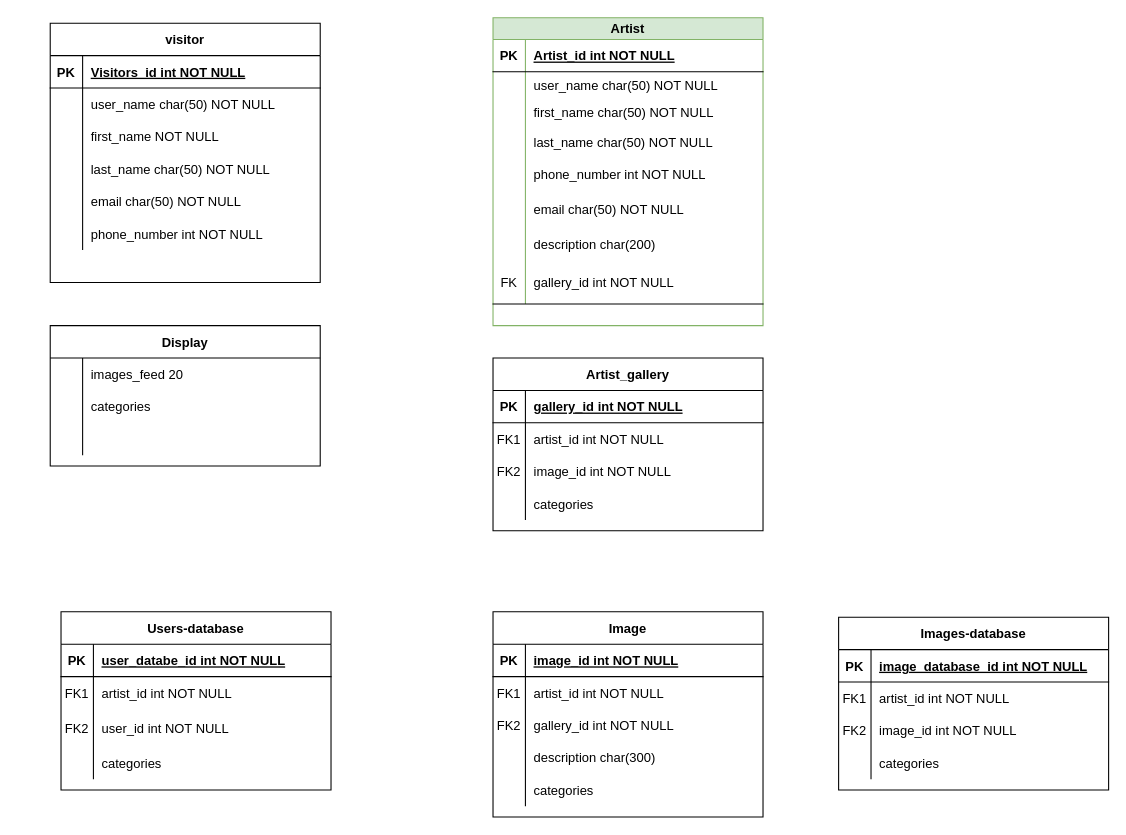
The draw.io diagram Untitled Diagram.drawio in VirtualGallery/Entity-Relationship-Model, before the edit. Source tidied: cells renumbered, new cells numbered last; positions are measured from the earlier drawing's top-left corner, leaving out a move shared by most shapes. Both pictures are drawn from the tidied source at 108%, with x=0, y=0 at pixel (50, 17).
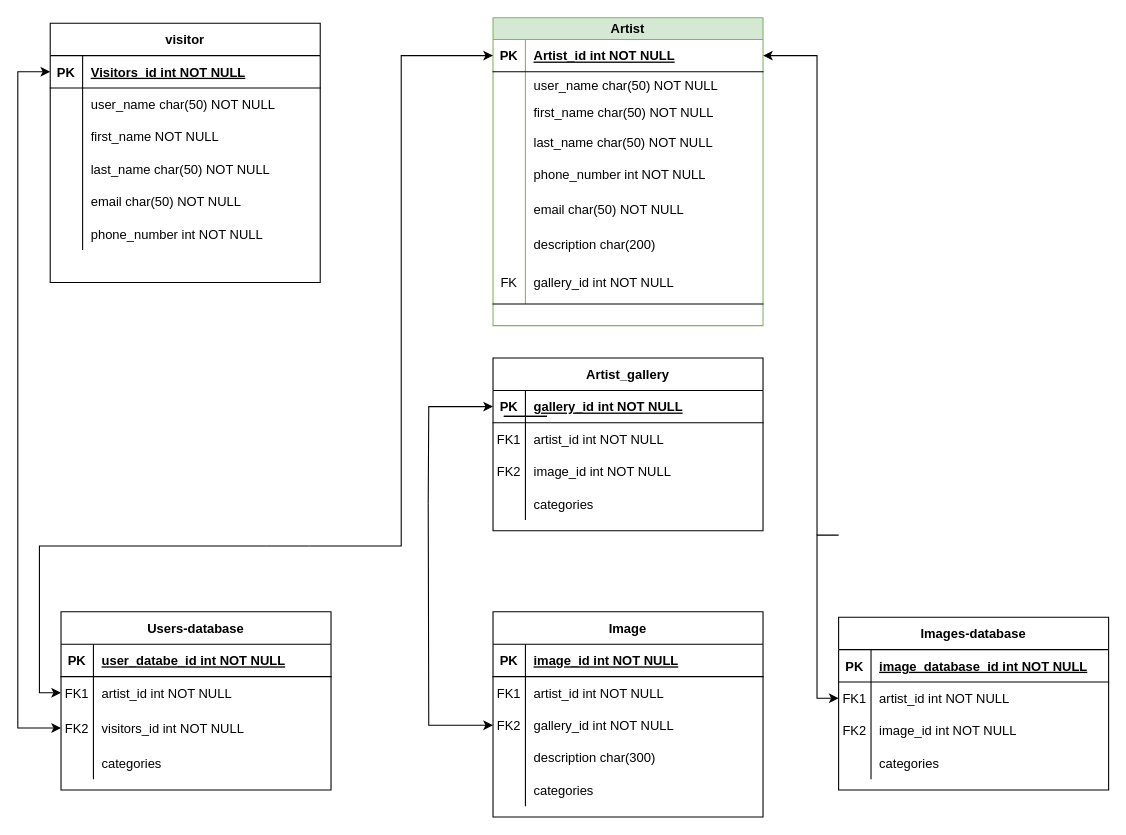
The same diagram, later.

The change refers to these unchanged cells:
```xml
<mxCell id="3" style="shape=partialRectangle;fillColor=none;points=[[0,0.5],[1,0.5]];portConstraint=eastwest;top=0;left=0;right=0;bottom=1;" parent="2" vertex="1">
  <mxGeometry y="30" width="250" height="30" as="geometry" />
</mxCell>
<mxCell id="22" style="shape=partialRectangle;fillColor=none;points=[[0,0.5],[1,0.5]];portConstraint=eastwest;top=0;left=0;right=0;bottom=1;" parent="21" vertex="1">
  <mxGeometry y="20" width="250" height="30" as="geometry" />
</mxCell>
<mxCell id="47" style="shape=partialRectangle;fillColor=none;points=[[0,0.5],[1,0.5]];portConstraint=eastwest;top=0;left=0;right=0;bottom=1;" parent="46" vertex="1">
  <mxGeometry y="30" width="250" height="30" as="geometry" />
</mxCell>
<mxCell id="63" style="shape=partialRectangle;fillColor=none;points=[[0,0.5],[1,0.5]];portConstraint=eastwest;top=0;left=0;right=0;bottom=0;" parent="59" vertex="1">
  <mxGeometry y="60" width="250" height="30" as="geometry" />
</mxCell>
<mxCell id="66" style="shape=partialRectangle;fillColor=none;points=[[0,0.5],[1,0.5]];portConstraint=eastwest;top=0;left=0;right=0;bottom=0;" parent="59" vertex="1">
  <mxGeometry y="90" width="250" height="35" as="geometry" />
</mxCell>
<mxCell id="89" style="shape=partialRectangle;fillColor=none;points=[[0,0.5],[1,0.5]];portConstraint=eastwest;top=0;left=0;right=0;bottom=0;" parent="82" vertex="1">
  <mxGeometry y="90" width="250" height="30" as="geometry" />
</mxCell>
<mxCell id="102" style="shape=partialRectangle;fillColor=none;points=[[0,0.5],[1,0.5]];portConstraint=eastwest;top=0;left=0;right=0;bottom=0;" parent="98" vertex="1">
  <mxGeometry y="60" width="250" height="30" as="geometry" />
</mxCell>
```

Change to the diagram source:
```diff
@@
-    <mxCell id="68" value="user_id int NOT NULL" style="shape=partialRectangle;overflow=hidden;fillColor=none;top=0;left=0;bottom=0;right=0;align=left;spacingLeft=6;" parent="66" vertex="1">
+    <mxCell id="68" value="visitors_id int NOT NULL" style="shape=partialRectangle;overflow=hidden;fillColor=none;top=0;left=0;bottom=0;right=0;align=left;spacingLeft=6;" parent="66" vertex="1">
       <mxGeometry x="30" width="220" height="35" as="geometry" />
     </mxCell>
@@
-    <mxCell id="72" value="Display" style="shape=table;startSize=30;childLayout=tableLayout;rowLines=0;fontStyle=1;align=center;" parent="1" vertex="1">
-      <mxGeometry y="285" width="250" height="130" as="geometry" />
-    </mxCell>
-    <mxCell id="73" style="shape=partialRectangle;fillColor=none;top=0;left=0;right=0;bottom=0;" parent="72" vertex="1">
-      <mxGeometry y="30" width="250" height="30" as="geometry" />
-    </mxCell>
-    <mxCell id="74" style="shape=partialRectangle;overflow=hidden;fillColor=none;top=0;left=0;bottom=0;right=0;" parent="73" vertex="1">
-      <mxGeometry width="30" height="30" as="geometry" />
-    </mxCell>
-    <mxCell id="75" value="images_feed 20 " style="shape=partialRectangle;overflow=hidden;fillColor=none;top=0;left=0;bottom=0;right=0;align=left;spacingLeft=6;" parent="73" vertex="1">
-      <mxGeometry x="30" width="220" height="30" as="geometry" />
-    </mxCell>
-    <mxCell id="76" style="shape=partialRectangle;fillColor=none;top=0;left=0;right=0;bottom=0;" parent="72" vertex="1">
-      <mxGeometry y="60" width="250" height="30" as="geometry" />
-    </mxCell>
-    <mxCell id="77" style="shape=partialRectangle;overflow=hidden;fillColor=none;top=0;left=0;bottom=0;right=0;" parent="76" vertex="1">
-      <mxGeometry width="30" height="30" as="geometry" />
-    </mxCell>
-    <mxCell id="78" value="categories" style="shape=partialRectangle;overflow=hidden;fillColor=none;top=0;left=0;bottom=0;right=0;align=left;spacingLeft=6;" parent="76" vertex="1">
-      <mxGeometry x="30" width="220" height="30" as="geometry" />
-    </mxCell>
-    <mxCell id="79" style="shape=partialRectangle;fillColor=none;top=0;left=0;right=0;bottom=0;" parent="72" vertex="1">
-      <mxGeometry y="90" width="250" height="30" as="geometry" />
-    </mxCell>
-    <mxCell id="80" style="shape=partialRectangle;overflow=hidden;fillColor=none;top=0;left=0;bottom=0;right=0;" parent="79" vertex="1">
-      <mxGeometry width="30" height="30" as="geometry" />
-    </mxCell>
-    <mxCell id="81" style="shape=partialRectangle;overflow=hidden;fillColor=none;top=0;left=0;bottom=0;right=0;align=left;spacingLeft=6;" parent="79" vertex="1">
-      <mxGeometry x="30" width="220" height="30" as="geometry" />
-    </mxCell>
@@
+    <mxCell id="111" style="edgeStyle=orthogonalEdgeStyle;rounded=0;jettySize=auto;html=1;entryX=0;entryY=0.5;entryDx=0;entryDy=0;" parent="1" edge="1" target="89">
+      <mxGeometry relative="1" as="geometry">
+        <mxPoint x="350" y="450" as="sourcePoint" />
+      </mxGeometry>
+    </mxCell>
+    <mxCell id="112" style="edgeStyle=orthogonalEdgeStyle;rounded=0;jettySize=auto;html=1;entryX=0;entryY=0.5;entryDx=0;entryDy=0;" parent="1" edge="1" target="47">
+      <mxGeometry relative="1" as="geometry">
+        <mxPoint x="350" y="450" as="sourcePoint" />
+      </mxGeometry>
+    </mxCell>
+    <mxCell id="113" style="edgeStyle=orthogonalEdgeStyle;rounded=0;jettySize=auto;html=1;entryX=0;entryY=0.5;entryDx=0;entryDy=0;" parent="1" edge="1" target="3">
+      <mxGeometry relative="1" as="geometry">
+        <mxPoint x="-30" y="289" as="sourcePoint" />
+        <Array as="points">
+          <mxPoint x="-30" y="50" />
+        </Array>
+      </mxGeometry>
+    </mxCell>
+    <mxCell id="114" style="edgeStyle=orthogonalEdgeStyle;rounded=0;jettySize=auto;html=1;entryX=0;entryY=0.5;entryDx=0;entryDy=0;" parent="1" edge="1" target="66">
+      <mxGeometry relative="1" as="geometry">
+        <mxPoint x="-30" y="289" as="sourcePoint" />
+        <Array as="points">
+          <mxPoint x="-30" y="657" />
+        </Array>
+      </mxGeometry>
+    </mxCell>
+    <mxCell id="115" style="line;strokeWidth=1;fillColor=none;align=left;verticalAlign=middle;spacingTop=-1;spacingLeft=3;spacingRight=3;labelPosition=right;" parent="1" vertex="1">
+      <mxGeometry x="420" y="365" width="40" height="8" as="geometry" />
+    </mxCell>
+    <mxCell id="116" style="line;strokeWidth=1;fillColor=none;align=left;verticalAlign=middle;spacingTop=-1;spacingLeft=3;spacingRight=3;labelPosition=right;" parent="1" vertex="1">
+      <mxGeometry x="420" y="365" width="40" height="8" as="geometry" />
+    </mxCell>
+    <mxCell id="117" style="edgeStyle=orthogonalEdgeStyle;rounded=0;jettySize=auto;html=1;entryX=0;entryY=0.5;entryDx=0;entryDy=0;" parent="1" edge="1" source="119" target="22">
+      <mxGeometry relative="1" as="geometry" />
+    </mxCell>
+    <mxCell id="118" style="edgeStyle=orthogonalEdgeStyle;rounded=0;jettySize=auto;html=1;entryX=0;entryY=0.5;entryDx=0;entryDy=0;" parent="1" edge="1" source="119" target="63">
+      <mxGeometry relative="1" as="geometry" />
+    </mxCell>
+    <mxCell id="119" style="line;strokeWidth=1;fillColor=none;align=left;verticalAlign=middle;spacingTop=-1;spacingLeft=3;spacingRight=3;labelPosition=right;points=[];portConstraint=eastwest;" parent="1" vertex="1">
+      <mxGeometry x="200" y="485" width="40" height="8" as="geometry" />
+    </mxCell>
+    <mxCell id="120" style="edgeStyle=orthogonalEdgeStyle;rounded=0;jettySize=auto;html=1;entryX=1;entryY=0.5;entryDx=0;entryDy=0;" parent="1" edge="1" target="22">
+      <mxGeometry relative="1" as="geometry">
+        <mxPoint x="710" y="479" as="sourcePoint" />
+        <Array as="points">
+          <mxPoint x="710" y="479" />
+          <mxPoint x="710" y="35" />
+        </Array>
+      </mxGeometry>
+    </mxCell>
+    <mxCell id="121" style="edgeStyle=orthogonalEdgeStyle;rounded=0;jettySize=auto;html=1;entryX=0;entryY=0.5;entryDx=0;entryDy=0;" parent="1" edge="1" target="102">
+      <mxGeometry relative="1" as="geometry">
+        <mxPoint x="730" y="479" as="sourcePoint" />
+        <Array as="points">
+          <mxPoint x="710" y="479" />
+          <mxPoint x="710" y="630" />
+        </Array>
+      </mxGeometry>
+    </mxCell>
```
